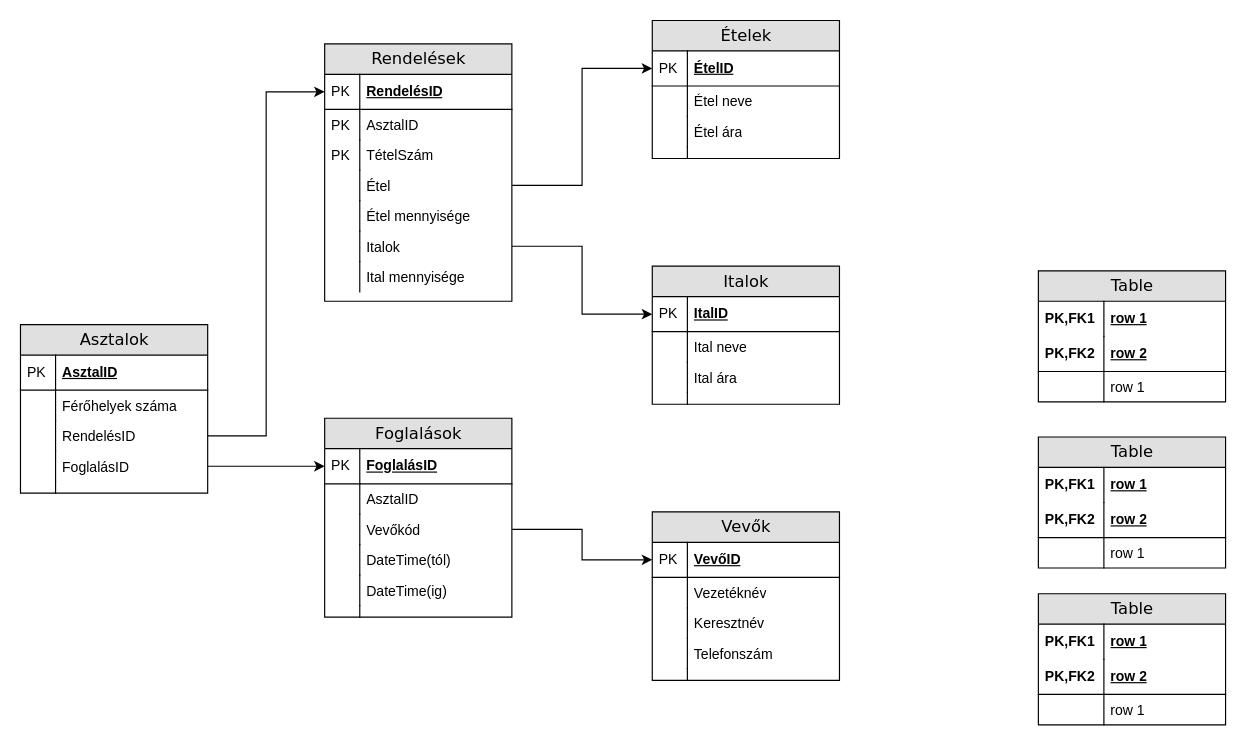
This is ÉtteremOKJ.drawio from xcom169/xcom169, a draw.io file, before an edit. Source tidied: cells renumbered, new cells numbered last; positions are measured from the earlier drawing's top-left corner, leaving out a move shared by most shapes. Both pictures are drawn from the tidied source at 117%, with x=0, y=0 at pixel (20, 20).
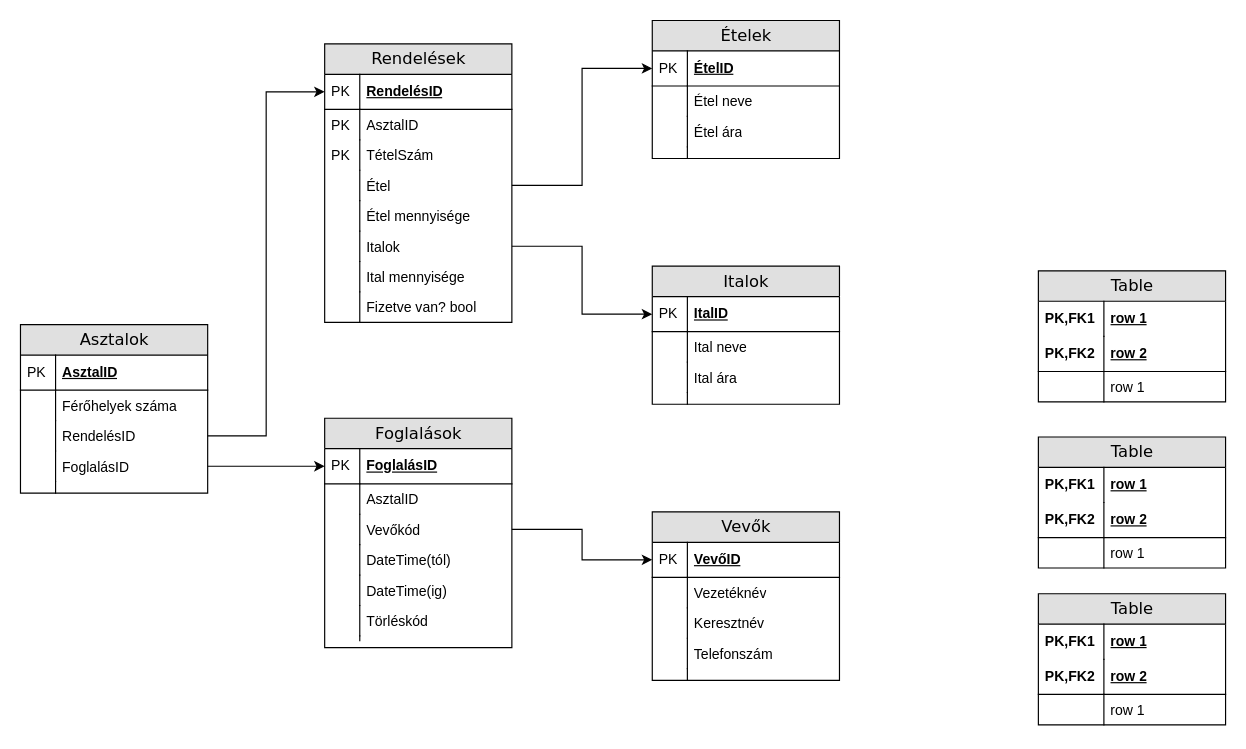
Above is the later version.

The edit, as a diff of the source:
```diff
@@
     <mxCell id="63" value="Foglalások" style="swimlane;html=1;fontStyle=0;horizontal=1;startSize=26;fillColor=#e0e0e0;swimlaneFillColor=#ffffff;align=center;rounded=0;shadow=0;comic=0;labelBackgroundColor=none;strokeWidth=1;fontFamily=Verdana;fontSize=14;" parent="1" vertex="1">
-      <mxGeometry x="260" y="340" width="160" height="170" as="geometry" />
+      <mxGeometry x="260" y="340" width="160" height="196" as="geometry" />
     </mxCell>
@@
+    <mxCell id="96" value="Törléskód" style="shape=partialRectangle;top=0;left=0;right=0;bottom=0;html=1;align=left;verticalAlign=top;fillColor=none;spacingLeft=34;spacingRight=4;whiteSpace=wrap;overflow=hidden;" parent="63" vertex="1">
+      <mxGeometry y="160" width="160" height="26" as="geometry" />
+    </mxCell>
+    <mxCell id="97" style="shape=partialRectangle;top=0;left=0;bottom=0;html=1;fillColor=none;align=left;verticalAlign=top;spacingLeft=4;spacingRight=4;whiteSpace=wrap;overflow=hidden;" parent="96" vertex="1">
+      <mxGeometry width="30" height="26" as="geometry" />
+    </mxCell>
     <mxCell id="74" style="shape=partialRectangle;top=0;left=0;right=0;bottom=0;html=1;align=left;verticalAlign=top;fillColor=none;spacingLeft=34;spacingRight=4;whiteSpace=wrap;overflow=hidden;" parent="63" vertex="1">
-      <mxGeometry y="160" width="160" height="10" as="geometry" />
+      <mxGeometry y="186" width="160" height="4" as="geometry" />
     </mxCell>
     <mxCell id="75" style="shape=partialRectangle;top=0;left=0;bottom=0;html=1;fillColor=none;align=left;verticalAlign=top;spacingLeft=4;spacingRight=4;whiteSpace=wrap;overflow=hidden;" parent="74" vertex="1">
-      <mxGeometry width="30" height="10" as="geometry" />
+      <mxGeometry width="30" height="4" as="geometry" />
     </mxCell>
     <mxCell id="76" value="Rendelések" style="swimlane;html=1;fontStyle=0;horizontal=1;startSize=26;fillColor=#e0e0e0;swimlaneFillColor=#ffffff;align=center;rounded=0;shadow=0;comic=0;labelBackgroundColor=none;strokeWidth=1;fontFamily=Verdana;fontSize=14;" parent="1" vertex="1">
-      <mxGeometry x="260" y="20" width="160" height="220" as="geometry" />
+      <mxGeometry x="260" y="20" width="160" height="238" as="geometry" />
     </mxCell>
@@
+    <mxCell id="98" value="Fizetve van? bool" style="shape=partialRectangle;top=0;left=0;right=0;bottom=0;html=1;align=left;verticalAlign=top;fillColor=none;spacingLeft=34;spacingRight=4;whiteSpace=wrap;overflow=hidden;" parent="76" vertex="1">
+      <mxGeometry y="212" width="160" height="26" as="geometry" />
+    </mxCell>
+    <mxCell id="99" style="shape=partialRectangle;top=0;left=0;bottom=0;html=1;fillColor=none;align=left;verticalAlign=top;spacingLeft=4;spacingRight=4;whiteSpace=wrap;overflow=hidden;" parent="98" vertex="1">
+      <mxGeometry width="30" height="26" as="geometry" />
+    </mxCell>
```
